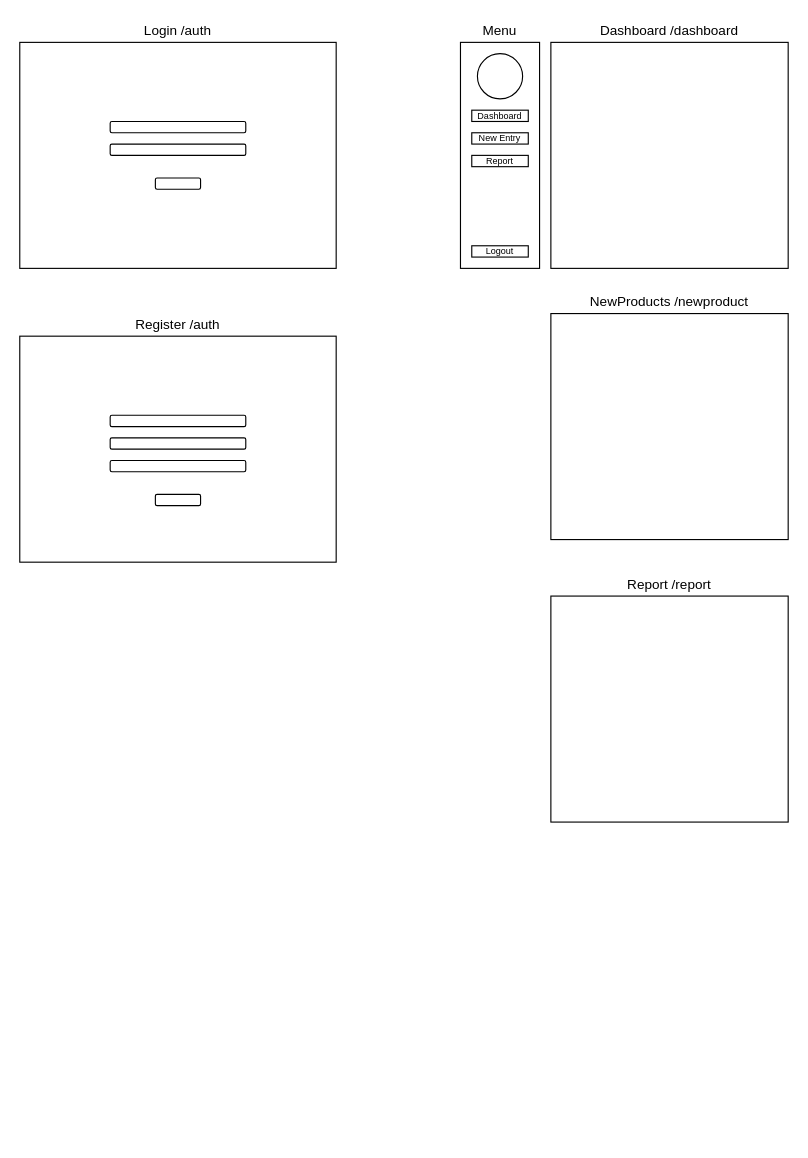
Above: finance.drawio in Anna-Bohun-art/family_finance (draw.io), before the change. Source tidied: cells renumbered, new cells numbered last; positions are measured from the earlier drawing's top-left corner, leaving out a move shared by most shapes. Both pictures are drawn from the tidied source at 113%, with x=0, y=0 at pixel (19, 19).
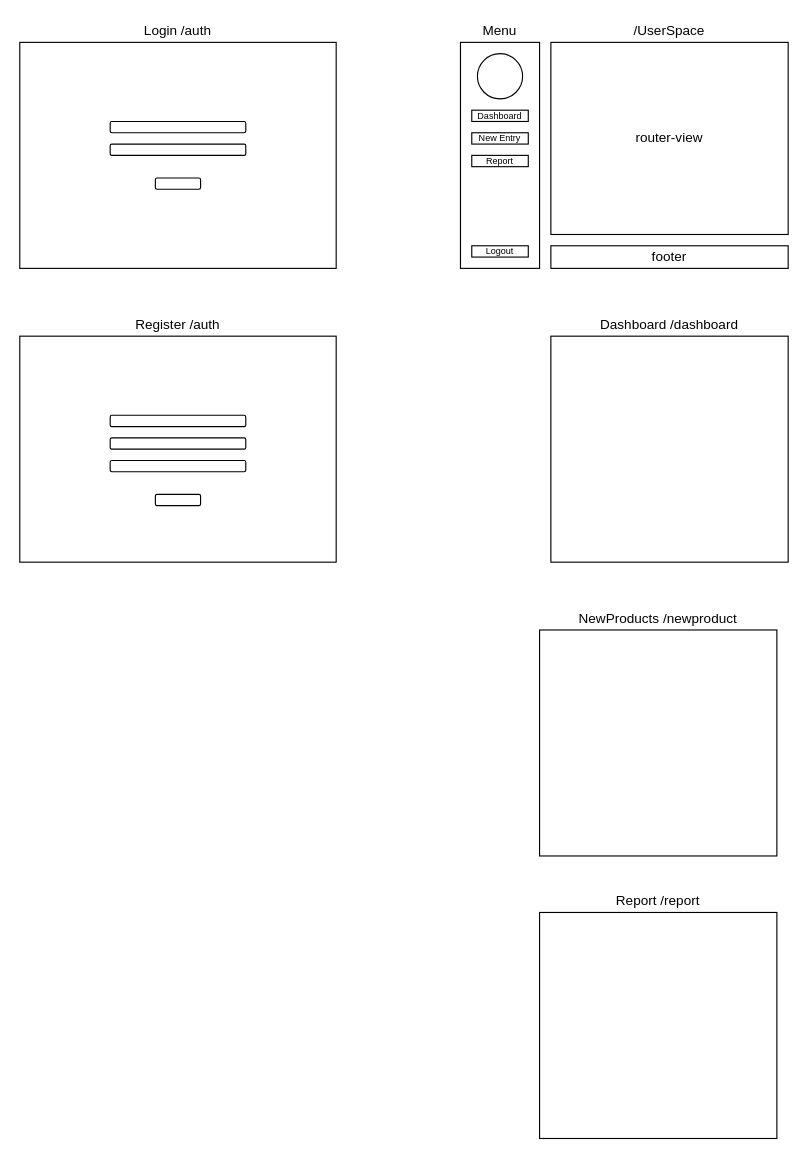
After the change.

Diff of the diagram source:
```diff
@@
-    <mxCell id="5" style="rounded=0;whiteSpace=wrap;html=1;" parent="1" vertex="1">
-      <mxGeometry x="470" y="20" width="210" height="200" as="geometry" />
+    <mxCell id="5" value="router-view" style="rounded=0;whiteSpace=wrap;html=1;" parent="1" vertex="1">
+      <mxGeometry x="470" y="20" width="210" height="170" as="geometry" />
     </mxCell>
-    <mxCell id="6" value="Dashboard /dashboard" style="text;html=1;strokeColor=none;fillColor=none;align=center;verticalAlign=middle;whiteSpace=wrap;rounded=0;" parent="1" vertex="1">
+    <mxCell id="6" value="/UserSpace" style="text;html=1;strokeColor=none;fillColor=none;align=center;verticalAlign=middle;whiteSpace=wrap;rounded=0;" parent="1" vertex="1">
       <mxGeometry x="470" width="210" height="20" as="geometry" />
     </mxCell>
     <mxCell id="7" style="rounded=0;whiteSpace=wrap;html=1;" parent="1" vertex="1">
-      <mxGeometry x="470" y="260" width="210" height="200" as="geometry" />
+      <mxGeometry x="460" y="540" width="210" height="200" as="geometry" />
     </mxCell>
     <mxCell id="8" value="NewProducts /newproduct" style="text;html=1;strokeColor=none;fillColor=none;align=center;verticalAlign=middle;whiteSpace=wrap;rounded=0;" parent="1" vertex="1">
-      <mxGeometry x="470" y="240" width="210" height="20" as="geometry" />
+      <mxGeometry x="460" y="520" width="210" height="20" as="geometry" />
     </mxCell>
@@
     <mxCell id="13" style="rounded=0;whiteSpace=wrap;html=1;" parent="1" vertex="1">
-      <mxGeometry x="470" y="510" width="210" height="200" as="geometry" />
+      <mxGeometry x="460" y="790" width="210" height="200" as="geometry" />
     </mxCell>
     <mxCell id="14" value="Report /report" style="text;html=1;strokeColor=none;fillColor=none;align=center;verticalAlign=middle;whiteSpace=wrap;rounded=0;" parent="1" vertex="1">
-      <mxGeometry x="470" y="490" width="210" height="20" as="geometry" />
+      <mxGeometry x="460" y="770" width="210" height="20" as="geometry" />
     </mxCell>
@@
+    <mxCell id="26" style="rounded=0;whiteSpace=wrap;html=1;" parent="1" vertex="1">
+      <mxGeometry x="470" y="280" width="210" height="200" as="geometry" />
+    </mxCell>
+    <mxCell id="27" value="Dashboard /dashboard" style="text;html=1;strokeColor=none;fillColor=none;align=center;verticalAlign=middle;whiteSpace=wrap;rounded=0;" parent="1" vertex="1">
+      <mxGeometry x="470" y="260" width="210" height="20" as="geometry" />
+    </mxCell>
+    <mxCell id="28" value="footer" style="rounded=0;whiteSpace=wrap;html=1;" parent="1" vertex="1">
+      <mxGeometry x="470" y="200" width="210" height="20" as="geometry" />
+    </mxCell>
```
